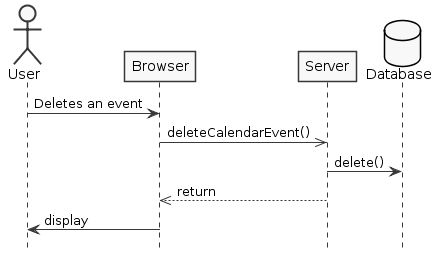
Fuel4us/EventManagingApp keeps this PlantUML diagram as docs/blue/1150372/sp2/analysis4.png. Above is the earlier version. Its diagram source:
```plantuml
@startuml
skinparam monochrome true
skinparam shadowing false
hide footbox

actor User
database Database order 100

User -> Browser : Deletes an event
Browser ->> Server : deleteCalendarEvent()
Server -> Database : delete()

Server -->> Browser : return
Browser -> User : display
@enduml
```
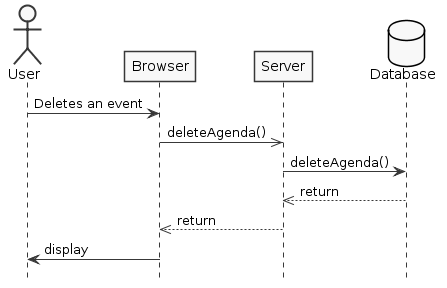
After the commit.

Change to the diagram source:
```diff
@@ -7,9 +7,10 @@
 database Database order 100
 
 User -> Browser : Deletes an event
-Browser ->> Server : deleteCalendarEvent()
-Server -> Database : delete()
+Browser ->> Server : deleteAgenda()
+Server -> Database : deleteAgenda()
 
+Database -->> Server : return
 Server -->> Browser : return
 Browser -> User : display
 @enduml
```
